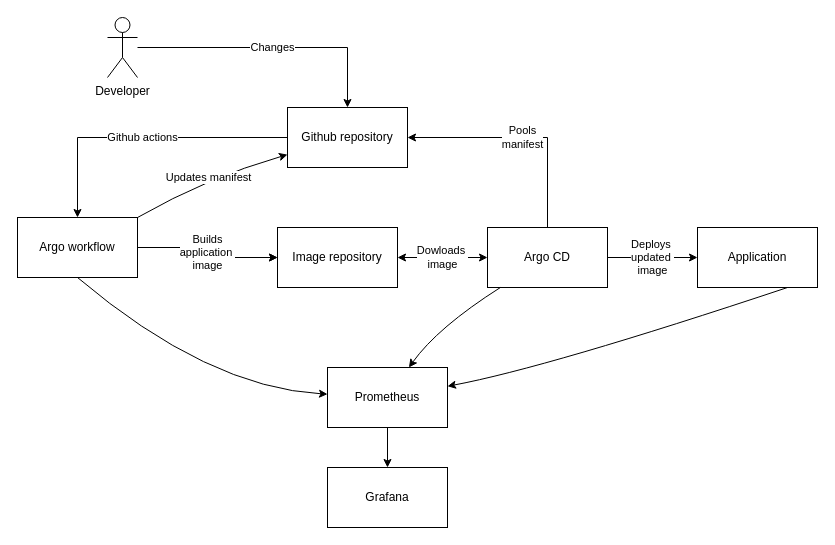
agh-cs-imbeciles/argo-otel keeps this draw.io diagram as images/SIUUUU.drawio. Above is the earlier version. Source tidied: cells renumbered, new cells numbered last; positions are measured from the earlier drawing's top-left corner, leaving out a move shared by most shapes. Both pictures are drawn from the tidied source at 100%, with x=0, y=0 at pixel (17, 17).
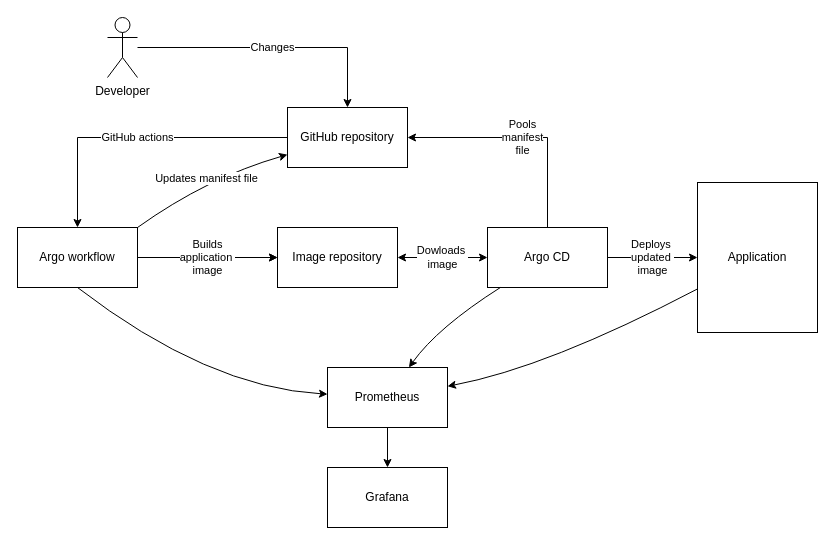
After the change.

Unchanged cells that the change refers to:
```xml
<mxCell id="8" value="Prometheus" style="rounded=0;whiteSpace=wrap;html=1;" parent="1" vertex="1">
  <mxGeometry x="310" y="350" width="120" height="60" as="geometry" />
</mxCell>
<mxCell id="15" value="Argo CD" style="rounded=0;whiteSpace=wrap;html=1;" parent="1" vertex="1">
  <mxGeometry x="470" y="210" width="120" height="60" as="geometry" />
</mxCell>
```

What changed in the source:
```diff
@@
-    <mxCell id="2" value="Github actions" style="edgeStyle=orthogonalEdgeStyle;rounded=0;jettySize=auto;html=1;" parent="1" edge="1" source="3" target="6">
+    <mxCell id="2" value="GitH&lt;span style=&quot;background-color: light-dark(#ffffff, var(--ge-dark-color, #121212)); color: light-dark(rgb(0, 0, 0), rgb(255, 255, 255));&quot;&gt;ub actions&lt;/span&gt;" style="edgeStyle=orthogonalEdgeStyle;rounded=0;jettySize=auto;html=1;" parent="1" edge="1" source="3" target="6">
       <mxGeometry relative="1" as="geometry" />
     </mxCell>
-    <mxCell id="3" value="Github repository" style="rounded=0;whiteSpace=wrap;html=1;" parent="1" vertex="1">
+    <mxCell id="3" value="GitHub repository" style="rounded=0;whiteSpace=wrap;html=1;" parent="1" vertex="1">
       <mxGeometry x="270" y="90" width="120" height="60" as="geometry" />
     </mxCell>
@@
     <mxCell id="6" value="Argo workflow" style="rounded=0;whiteSpace=wrap;html=1;" parent="1" vertex="1">
-      <mxGeometry y="200" width="120" height="60" as="geometry" />
+      <mxGeometry y="210" width="120" height="60" as="geometry" />
     </mxCell>
@@
-    <mxCell id="14" value="Pools&lt;div&gt;manifest&lt;/div&gt;" style="edgeStyle=orthogonalEdgeStyle;rounded=0;jettySize=auto;html=1;entryX=1;entryY=0.5;entryDx=0;entryDy=0;" parent="1" edge="1" source="15" target="3">
+    <mxCell id="14" value="Pools&lt;div&gt;manifest&lt;/div&gt;&lt;div&gt;file&lt;/div&gt;" style="edgeStyle=orthogonalEdgeStyle;rounded=0;jettySize=auto;html=1;entryX=1;entryY=0.5;entryDx=0;entryDy=0;" parent="1" edge="1" source="15" target="3">
       <mxGeometry relative="1" as="geometry">
         <Array as="points">
           <mxPoint x="530" y="120" />
         </Array>
       </mxGeometry>
     </mxCell>
@@
     <mxCell id="18" value="Application" style="rounded=0;whiteSpace=wrap;html=1;" parent="1" vertex="1">
-      <mxGeometry x="680" y="210" width="120" height="60" as="geometry" />
+      <mxGeometry x="680" y="165" width="120" height="150" as="geometry" />
     </mxCell>
-    <mxCell id="19" style="curved=1;endArrow=classic;html=1;rounded=0;exitX=0.75;exitY=1;exitDx=0;exitDy=0;" parent="1" edge="1" source="18" target="8">
+    <mxCell id="19" style="curved=1;endArrow=classic;html=1;rounded=0;" parent="1" edge="1" source="18" target="8">
       <mxGeometry relative="1" as="geometry">
         <Array as="points">
           <mxPoint x="530" y="350" />
         </Array>
       </mxGeometry>
     </mxCell>
-    <mxCell id="20" value="Updates manifest" style="curved=1;endArrow=classic;html=1;rounded=0;exitX=1;exitY=0;exitDx=0;exitDy=0;" parent="1" edge="1" source="6" target="3">
+    <mxCell id="20" value="Updates manifest file" style="curved=1;endArrow=classic;html=1;rounded=0;exitX=1;exitY=0;exitDx=0;exitDy=0;" parent="1" edge="1" source="6" target="3">
       <mxGeometry relative="1" as="geometry">
         <Array as="points">
           <mxPoint x="190" y="160" />
         </Array>
       </mxGeometry>
     </mxCell>
```
